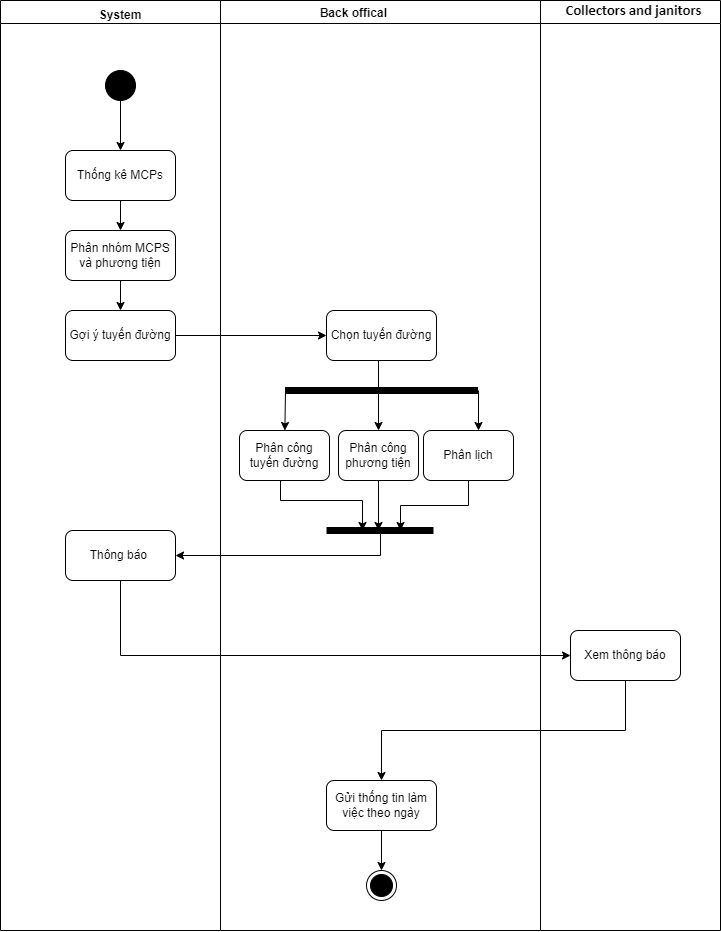
This is report/imgs/activity diagram/activity diagram.png from thoaikun/UWC-2.0, a draw.io export, as it was before one commit. Source tidied: cells renumbered, new cells last; positions are measured from the earlier drawing's top-left corner, leaving out a move shared by most shapes.
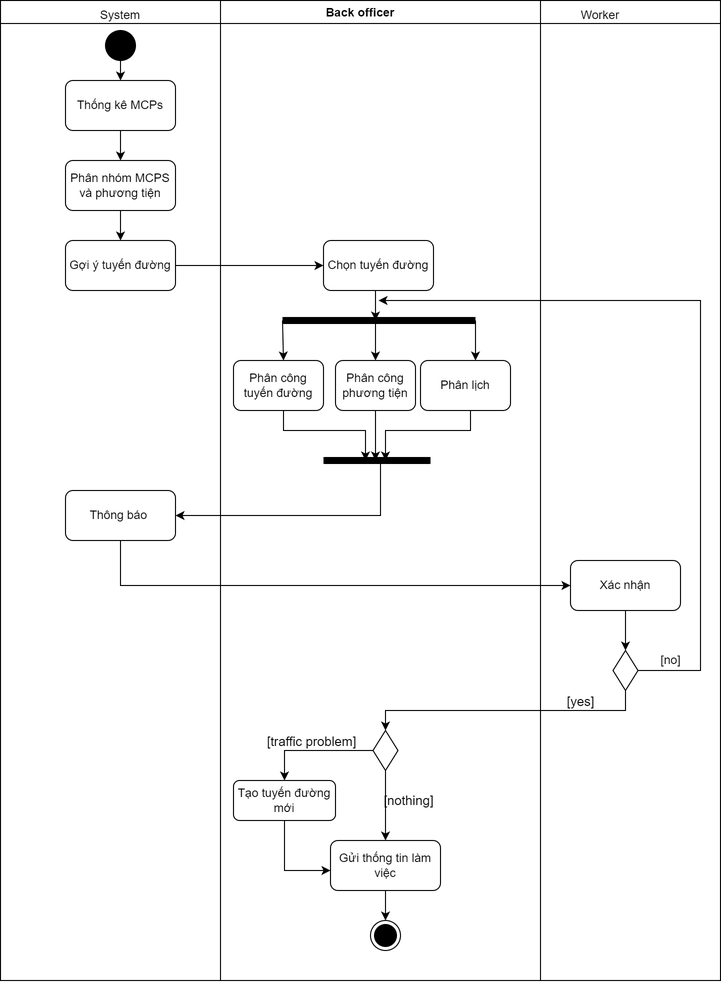
Later version of the same file.

Commit message:
fix misspell & fix class diagram error & change reason why choose archetecture design

Change to the diagram source:
```diff
@@ -2,108 +2,137 @@
   <root>
     <mxCell id="0" />
     <mxCell id="1" parent="0" />
-    <mxCell id="2" value="Back offical    " style="swimlane;" parent="1" vertex="1">
-      <mxGeometry width="720" height="930" as="geometry" />
+    <mxCell id="2" value="Back officer" style="swimlane;" parent="1" vertex="1">
+      <mxGeometry width="720" height="980" as="geometry" />
     </mxCell>
-    <mxCell id="3" value="&lt;b&gt;System&lt;/b&gt;" style="text;html=1;strokeColor=none;fillColor=none;align=center;verticalAlign=middle;whiteSpace=wrap;rounded=0;" parent="2" vertex="1">
+    <mxCell id="3" value="System" style="text;html=1;strokeColor=none;fillColor=none;align=center;verticalAlign=middle;whiteSpace=wrap;rounded=0;" parent="2" vertex="1">
       <mxGeometry x="90" width="60" height="30" as="geometry" />
     </mxCell>
-    <mxCell id="4" value="&lt;span style=&quot;font-size: 11pt; line-height: 107%; font-family: Calibri, sans-serif; background: white;&quot;&gt;&lt;b&gt;Collectors and janitors&amp;nbsp;&lt;/b&gt;&lt;/span&gt;" style="text;html=1;strokeColor=none;fillColor=none;align=center;verticalAlign=middle;whiteSpace=wrap;rounded=0;" parent="2" vertex="1">
-      <mxGeometry x="560" width="150" height="20" as="geometry" />
+    <mxCell id="4" value="Worker" style="text;html=1;strokeColor=none;fillColor=none;align=center;verticalAlign=middle;whiteSpace=wrap;rounded=0;" parent="2" vertex="1">
+      <mxGeometry x="570" width="60" height="30" as="geometry" />
     </mxCell>
     <mxCell id="5" style="edgeStyle=orthogonalEdgeStyle;rounded=0;jettySize=auto;html=1;exitX=0.5;exitY=1;exitDx=0;exitDy=0;" parent="2" edge="1" source="6" target="10">
       <mxGeometry relative="1" as="geometry" />
     </mxCell>
     <mxCell id="6" value="Thống kê MCPs" style="rounded=1;whiteSpace=wrap;html=1;" parent="2" vertex="1">
-      <mxGeometry x="65" y="150" width="110" height="50" as="geometry" />
+      <mxGeometry x="65" y="80" width="110" height="50" as="geometry" />
     </mxCell>
     <mxCell id="7" style="edgeStyle=orthogonalEdgeStyle;rounded=0;jettySize=auto;html=1;exitX=0.5;exitY=1;exitDx=0;exitDy=0;entryX=0.5;entryY=0;entryDx=0;entryDy=0;" parent="2" edge="1" source="8" target="6">
       <mxGeometry relative="1" as="geometry" />
     </mxCell>
     <mxCell id="8" style="ellipse;whiteSpace=wrap;html=1;fillColor=#000000;" parent="2" vertex="1">
-      <mxGeometry x="105" y="70" width="30" height="30" as="geometry" />
+      <mxGeometry x="105" y="30" width="30" height="30" as="geometry" />
     </mxCell>
     <mxCell id="9" style="edgeStyle=orthogonalEdgeStyle;rounded=0;jettySize=auto;html=1;exitX=0.5;exitY=1;exitDx=0;exitDy=0;entryX=0.5;entryY=0;entryDx=0;entryDy=0;" parent="2" edge="1" source="10" target="12">
       <mxGeometry relative="1" as="geometry" />
     </mxCell>
     <mxCell id="10" value="Phân nhóm MCPS&lt;br&gt;và phương tiện" style="rounded=1;whiteSpace=wrap;html=1;" parent="2" vertex="1">
-      <mxGeometry x="65" y="230" width="110" height="50" as="geometry" />
+      <mxGeometry x="65" y="160" width="110" height="50" as="geometry" />
     </mxCell>
     <mxCell id="11" style="edgeStyle=orthogonalEdgeStyle;rounded=0;jettySize=auto;html=1;exitX=1;exitY=0.5;exitDx=0;exitDy=0;entryX=0;entryY=0.5;entryDx=0;entryDy=0;" parent="2" edge="1" source="12" target="13">
       <mxGeometry relative="1" as="geometry" />
     </mxCell>
     <mxCell id="12" value="Gợi ý tuyến đường" style="rounded=1;whiteSpace=wrap;html=1;" parent="2" vertex="1">
-      <mxGeometry x="65" y="310" width="110" height="50" as="geometry" />
+      <mxGeometry x="65" y="240" width="110" height="50" as="geometry" />
     </mxCell>
     <mxCell id="13" value="Chọn tuyến đường" style="rounded=1;whiteSpace=wrap;html=1;" parent="2" vertex="1">
-      <mxGeometry x="326" y="310" width="110" height="50" as="geometry" />
+      <mxGeometry x="323" y="240" width="110" height="50" as="geometry" />
     </mxCell>
     <mxCell id="14" value="Phân công tuyến đường" style="rounded=1;whiteSpace=wrap;html=1;" parent="2" vertex="1">
-      <mxGeometry x="239" y="430" width="90" height="50" as="geometry" />
+      <mxGeometry x="233" y="360" width="90" height="50" as="geometry" />
     </mxCell>
     <mxCell id="15" value="Phân lịch" style="rounded=1;whiteSpace=wrap;html=1;" parent="2" vertex="1">
-      <mxGeometry x="423" y="430" width="90" height="50" as="geometry" />
+      <mxGeometry x="420" y="360" width="90" height="50" as="geometry" />
     </mxCell>
     <mxCell id="16" style="endArrow=classic;html=1;rounded=0;strokeColor=#000000;strokeWidth=1;" parent="2" edge="1">
       <mxGeometry relative="1" as="geometry">
-        <mxPoint x="478" y="390" as="sourcePoint" />
-        <mxPoint x="478" y="430" as="targetPoint" />
+        <mxPoint x="475" y="320" as="sourcePoint" />
+        <mxPoint x="475" y="360" as="targetPoint" />
       </mxGeometry>
     </mxCell>
     <mxCell id="17" value="Phân công phương tiện" style="rounded=1;whiteSpace=wrap;html=1;" parent="2" vertex="1">
-      <mxGeometry x="338" y="430" width="80" height="50" as="geometry" />
+      <mxGeometry x="335" y="360" width="80" height="50" as="geometry" />
     </mxCell>
     <mxCell id="18" style="endArrow=none;html=1;rounded=0;strokeColor=#000000;strokeWidth=7;" parent="2" edge="1">
       <mxGeometry relative="1" as="geometry">
-        <mxPoint x="326" y="530" as="sourcePoint" />
-        <mxPoint x="433" y="530" as="targetPoint" />
+        <mxPoint x="323" y="460" as="sourcePoint" />
+        <mxPoint x="430" y="460" as="targetPoint" />
       </mxGeometry>
     </mxCell>
     <mxCell id="19" value="Thông báo&amp;nbsp;" style="rounded=1;whiteSpace=wrap;html=1;" parent="2" vertex="1">
-      <mxGeometry x="65" y="530" width="110" height="50" as="geometry" />
+      <mxGeometry x="65" y="490" width="110" height="50" as="geometry" />
     </mxCell>
-    <mxCell id="20" style="edgeStyle=orthogonalEdgeStyle;rounded=0;jettySize=auto;html=1;exitX=0.5;exitY=1;exitDx=0;exitDy=0;" parent="2" edge="1" source="21" target="23">
-      <mxGeometry relative="1" as="geometry" />
-    </mxCell>
-    <mxCell id="21" value="Xem thông báo" style="rounded=1;whiteSpace=wrap;html=1;" parent="2" vertex="1">
-      <mxGeometry x="570" y="630" width="110" height="50" as="geometry" />
+    <mxCell id="21" value="Xác nhận" style="rounded=1;whiteSpace=wrap;html=1;" parent="2" vertex="1">
+      <mxGeometry x="570" y="560" width="110" height="50" as="geometry" />
     </mxCell>
     <mxCell id="22" style="endArrow=classic;html=1;rounded=0;strokeColor=#000000;strokeWidth=1;exitX=0.5;exitY=1;exitDx=0;exitDy=0;entryX=0;entryY=0.5;entryDx=0;entryDy=0;" parent="2" edge="1" source="19" target="21">
       <mxGeometry relative="1" as="geometry">
         <Array as="points">
-          <mxPoint x="120" y="655" />
+          <mxPoint x="120" y="585" />
         </Array>
       </mxGeometry>
     </mxCell>
+    <mxCell id="35" style="rhombus;whiteSpace=wrap;html=1;fillColor=#FFFFFF;" parent="2" vertex="1">
+      <mxGeometry x="612.5" y="650" width="25" height="40" as="geometry" />
+    </mxCell>
+    <mxCell id="36" style="edgeStyle=orthogonalEdgeStyle;rounded=0;jettySize=auto;html=1;exitX=0.5;exitY=1;exitDx=0;exitDy=0;strokeColor=#000000;strokeWidth=1;" parent="2" edge="1" source="21" target="35">
+      <mxGeometry relative="1" as="geometry" />
+    </mxCell>
+    <mxCell id="37" style="endArrow=classic;html=1;rounded=0;strokeColor=#000000;strokeWidth=1;exitX=1;exitY=0.5;exitDx=0;exitDy=0;" parent="2" edge="1" source="35">
+      <mxGeometry relative="1" as="geometry">
+        <mxPoint x="378" y="300" as="targetPoint" />
+        <Array as="points">
+          <mxPoint x="700" y="670" />
+          <mxPoint x="700" y="300" />
+        </Array>
+      </mxGeometry>
+    </mxCell>
+    <mxCell id="38" style="edgeStyle=orthogonalEdgeStyle;rounded=0;jettySize=auto;html=1;strokeColor=#000000;strokeWidth=1;" parent="2" edge="1" source="39" target="23">
+      <mxGeometry relative="1" as="geometry">
+        <Array as="points">
+          <mxPoint x="385" y="780" />
+          <mxPoint x="385" y="780" />
+        </Array>
+      </mxGeometry>
+    </mxCell>
+    <mxCell id="39" style="rhombus;whiteSpace=wrap;html=1;fillColor=#FFFFFF;" parent="2" vertex="1">
+      <mxGeometry x="372.5" y="730" width="25" height="40" as="geometry" />
+    </mxCell>
+    <mxCell id="40" style="edgeStyle=orthogonalEdgeStyle;rounded=0;jettySize=auto;html=1;exitX=0.5;exitY=1;exitDx=0;exitDy=0;strokeColor=#000000;strokeWidth=1;entryX=0.5;entryY=0;entryDx=0;entryDy=0;" parent="2" edge="1" source="35" target="39">
+      <mxGeometry relative="1" as="geometry" />
+    </mxCell>
+    <mxCell id="41" value="[yes]" style="edgeLabel;html=1;align=center;verticalAlign=middle;fontSize=13;" parent="40" vertex="1">
+      <mxGeometry x="-0.53" y="-4" relative="1" as="geometry">
+        <mxPoint y="-6" as="offset" />
+      </mxGeometry>
+    </mxCell>
+    <mxCell id="42" value="Tạo tuyến đường mới" style="rounded=1;whiteSpace=wrap;html=1;" parent="2" vertex="1">
+      <mxGeometry x="233" y="780" width="102" height="40" as="geometry" />
+    </mxCell>
+    <mxCell id="43" style="endArrow=classic;html=1;rounded=0;strokeColor=#000000;strokeWidth=1;exitX=0;exitY=0.5;exitDx=0;exitDy=0;entryX=0.5;entryY=0;entryDx=0;entryDy=0;" parent="2" edge="1" source="39" target="42">
+      <mxGeometry relative="1" as="geometry">
+        <Array as="points">
+          <mxPoint x="284" y="750" />
+        </Array>
+      </mxGeometry>
+    </mxCell>
+    <mxCell id="44" value="[traffic problem]" style="edgeLabel;html=1;align=center;verticalAlign=middle;fontSize=13;" parent="43" vertex="1">
+      <mxGeometry x="0.04" y="-4" relative="1" as="geometry">
+        <mxPoint x="-1" y="-6" as="offset" />
+      </mxGeometry>
+    </mxCell>
-    <mxCell id="23" value="Gửi thống tin làm việc theo ngày" style="rounded=1;whiteSpace=wrap;html=1;" parent="2" vertex="1">
-      <mxGeometry x="326" y="780" width="110" height="50" as="geometry" />
+    <mxCell id="23" value="Gửi thống tin làm việc" style="rounded=1;whiteSpace=wrap;html=1;" parent="2" vertex="1">
+      <mxGeometry x="330" y="840" width="110" height="50" as="geometry" />
     </mxCell>
-    <mxCell id="24" style="endArrow=none;html=1;rounded=0;strokeColor=#000000;strokeWidth=7;" parent="2" edge="1">
-      <mxGeometry relative="1" as="geometry">
-        <mxPoint x="284.5" y="390" as="sourcePoint" />
-        <mxPoint x="477.5" y="390" as="targetPoint" />
-      </mxGeometry>
-    </mxCell>
-    <mxCell id="25" style="edgeStyle=orthogonalEdgeStyle;rounded=0;orthogonalLoop=1;jettySize=auto;html=1;exitX=0.5;exitY=1;exitDx=0;exitDy=0;strokeColor=#000000;strokeWidth=1;" parent="2" edge="1">
-      <mxGeometry relative="1" as="geometry">
-        <mxPoint x="280" y="480" as="sourcePoint" />
-        <mxPoint x="362" y="530" as="targetPoint" />
-        <Array as="points">
-          <mxPoint x="280" y="500" />
-          <mxPoint x="362" y="500" />
-        </Array>
-      </mxGeometry>
-    </mxCell>
     <mxCell id="26" style="ellipse;html=1;shape=endState;fillColor=#000000;strokeColor=#000000;" parent="2" vertex="1">
-      <mxGeometry x="366" y="870" width="30" height="30" as="geometry" />
+      <mxGeometry x="370" y="920" width="30" height="30" as="geometry" />
     </mxCell>
-    <mxCell id="27" style="edgeStyle=orthogonalEdgeStyle;rounded=0;jettySize=auto;html=1;exitX=0.5;exitY=1;exitDx=0;exitDy=0;" parent="2" edge="1" source="23" target="26">
-      <mxGeometry relative="1" as="geometry" />
-    </mxCell>
+    <mxCell id="45" value="[nothing]" style="text;html=1;align=center;verticalAlign=middle;strokeColor=none;fillColor=none;fontSize=13;" parent="2" vertex="1">
+      <mxGeometry x="372.5" y="785" width="70" height="30" as="geometry" />
+    </mxCell>
-    <mxCell id="28" style="endArrow=none;html=1;rounded=0;" parent="1" edge="1">
+    <mxCell id="28" style="endArrow=none;html=1;rounded=0;exitX=0.25;exitY=0;exitDx=0;exitDy=0;" parent="1" edge="1" source="2">
       <mxGeometry relative="1" as="geometry">
-        <mxPoint x="220" y="30" as="sourcePoint" />
-        <mxPoint x="220" y="930" as="targetPoint" />
+        <mxPoint x="220" y="980" as="targetPoint" />
         <Array as="points">
           <mxPoint x="220" />
         </Array>
@@ -112,33 +141,76 @@
     <mxCell id="29" style="endArrow=none;html=1;rounded=0;entryX=0.75;entryY=0;entryDx=0;entryDy=0;exitX=0.75;exitY=1;exitDx=0;exitDy=0;" parent="1" edge="1" source="2" target="2">
       <mxGeometry relative="1" as="geometry" />
     </mxCell>
+    <mxCell id="46" style="edgeStyle=orthogonalEdgeStyle;rounded=0;jettySize=auto;html=1;exitX=0.5;exitY=1;exitDx=0;exitDy=0;" parent="1" edge="1" source="13">
+      <mxGeometry relative="1" as="geometry">
+        <mxPoint x="375" y="320" as="targetPoint" />
+      </mxGeometry>
+    </mxCell>
+    <mxCell id="24" style="endArrow=none;html=1;rounded=0;strokeColor=#000000;strokeWidth=7;" parent="1" edge="1">
+      <mxGeometry relative="1" as="geometry">
+        <mxPoint x="282" y="320" as="sourcePoint" />
+        <mxPoint x="475" y="320" as="targetPoint" />
+      </mxGeometry>
+    </mxCell>
-    <mxCell id="30" style="endArrow=classic;html=1;rounded=0;strokeColor=#000000;strokeWidth=1;" parent="1" edge="1" target="14">
+    <mxCell id="30" style="endArrow=classic;html=1;rounded=0;strokeColor=#000000;strokeWidth=1;entryX=0.5;entryY=0;entryDx=0;entryDy=0;" parent="1" edge="1">
       <mxGeometry relative="1" as="geometry">
-        <mxPoint x="285" y="390" as="sourcePoint" />
+        <mxPoint x="282" y="320" as="sourcePoint" />
+        <mxPoint x="283" y="360" as="targetPoint" />
       </mxGeometry>
     </mxCell>
     <mxCell id="31" style="endArrow=classic;html=1;rounded=0;strokeColor=#000000;strokeWidth=1;entryX=0.5;entryY=0;entryDx=0;entryDy=0;" parent="1" edge="1" target="17">
       <mxGeometry relative="1" as="geometry">
-        <mxPoint x="378" y="360" as="sourcePoint" />
+        <mxPoint x="375" y="320" as="sourcePoint" />
       </mxGeometry>
     </mxCell>
+    <mxCell id="47" style="edgeStyle=orthogonalEdgeStyle;rounded=0;orthogonalLoop=1;jettySize=auto;html=1;exitX=0.5;exitY=1;exitDx=0;exitDy=0;strokeColor=#000000;strokeWidth=1;" parent="1" edge="1">
+      <mxGeometry relative="1" as="geometry">
+        <mxPoint x="470" y="410" as="sourcePoint" />
+        <mxPoint x="385" y="460" as="targetPoint" />
+        <Array as="points">
+          <mxPoint x="470" y="430" />
+          <mxPoint x="385" y="430" />
+        </Array>
+      </mxGeometry>
+    </mxCell>
     <mxCell id="32" style="edgeStyle=orthogonalEdgeStyle;rounded=0;jettySize=auto;html=1;exitX=0.5;exitY=1;exitDx=0;exitDy=0;strokeColor=#000000;strokeWidth=1;" parent="1" edge="1" source="17">
       <mxGeometry relative="1" as="geometry">
-        <mxPoint x="378" y="530" as="targetPoint" />
+        <mxPoint x="375" y="460" as="targetPoint" />
       </mxGeometry>
     </mxCell>
+    <mxCell id="25" style="edgeStyle=orthogonalEdgeStyle;rounded=0;orthogonalLoop=1;jettySize=auto;html=1;exitX=0.5;exitY=1;exitDx=0;exitDy=0;strokeColor=#000000;strokeWidth=1;" parent="1" edge="1">
+      <mxGeometry relative="1" as="geometry">
+        <mxPoint x="283" y="410" as="sourcePoint" />
+        <mxPoint x="365" y="460" as="targetPoint" />
+        <Array as="points">
+          <mxPoint x="283" y="430" />
+          <mxPoint x="365" y="430" />
+        </Array>
+      </mxGeometry>
+    </mxCell>
     <mxCell id="33" style="endArrow=classic;html=1;rounded=0;strokeColor=#000000;strokeWidth=1;entryX=1;entryY=0.5;entryDx=0;entryDy=0;" parent="1" edge="1" target="19">
       <mxGeometry relative="1" as="geometry">
-        <mxPoint x="380" y="530" as="sourcePoint" />
+        <mxPoint x="380" y="460" as="sourcePoint" />
         <Array as="points">
-          <mxPoint x="380" y="555" />
+          <mxPoint x="380" y="515" />
         </Array>
       </mxGeometry>
     </mxCell>
-    <mxCell id="34" style="edgeStyle=orthogonalEdgeStyle;rounded=0;jettySize=auto;html=1;exitX=0.5;exitY=1;exitDx=0;exitDy=0;" parent="1" edge="1" source="15">
-      <mxGeometry relative="1" as="geometry">
-        <mxPoint x="400" y="530" as="targetPoint" />
-      </mxGeometry>
-    </mxCell>
+    <mxCell id="48" style="endArrow=classic;html=1;rounded=0;strokeColor=#000000;strokeWidth=1;exitX=0.5;exitY=1;exitDx=0;exitDy=0;" parent="1" edge="1" source="42">
+      <mxGeometry relative="1" as="geometry">
+        <mxPoint x="330" y="870" as="targetPoint" />
+        <Array as="points">
+          <mxPoint x="284" y="870" />
+        </Array>
+      </mxGeometry>
+    </mxCell>
+    <mxCell id="49" style="edgeStyle=orthogonalEdgeStyle;rounded=0;jettySize=auto;html=1;exitX=0.5;exitY=1;exitDx=0;exitDy=0;strokeColor=#000000;strokeWidth=1;" parent="1" edge="1" source="23">
+      <mxGeometry relative="1" as="geometry">
+        <mxPoint x="385" y="920" as="targetPoint" />
+      </mxGeometry>
+    </mxCell>
+    <mxCell id="50" value="[no]" style="text;html=1;align=center;verticalAlign=middle;strokeColor=none;fillColor=none;" parent="1" vertex="1">
+      <mxGeometry x="650" y="645" width="40" height="30" as="geometry" />
+    </mxCell>
   </root>
 </mxGraphModel>
```
